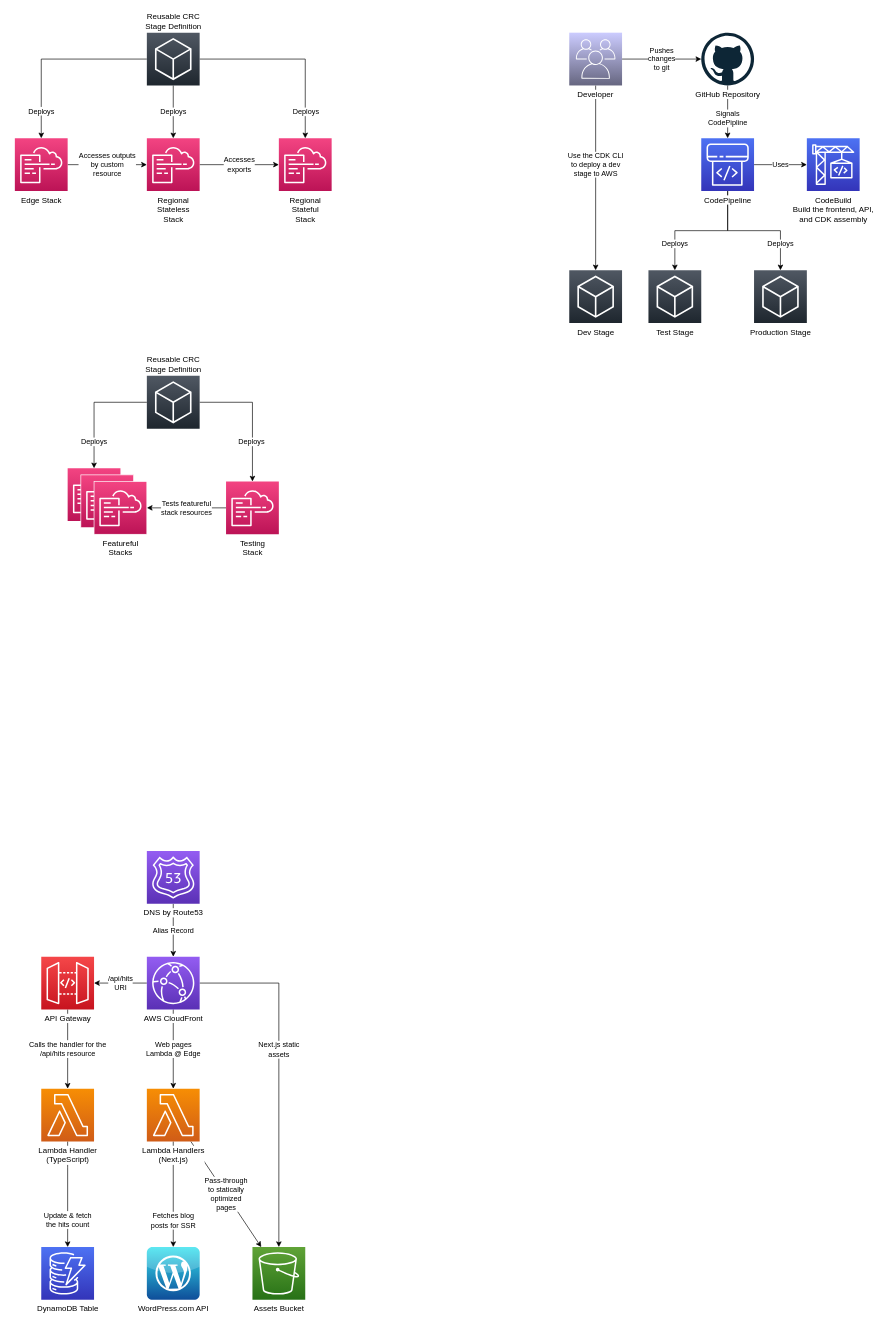
Above: docs/architecture.drawio in misterjoshua/cdk-crc (draw.io), before the change. Source tidied: cells renumbered, new cells numbered last; positions are measured from the earlier drawing's top-left corner, leaving out a move shared by most shapes. Both pictures are drawn from the tidied source at 66%, with x=0, y=0 at pixel (15, 32).
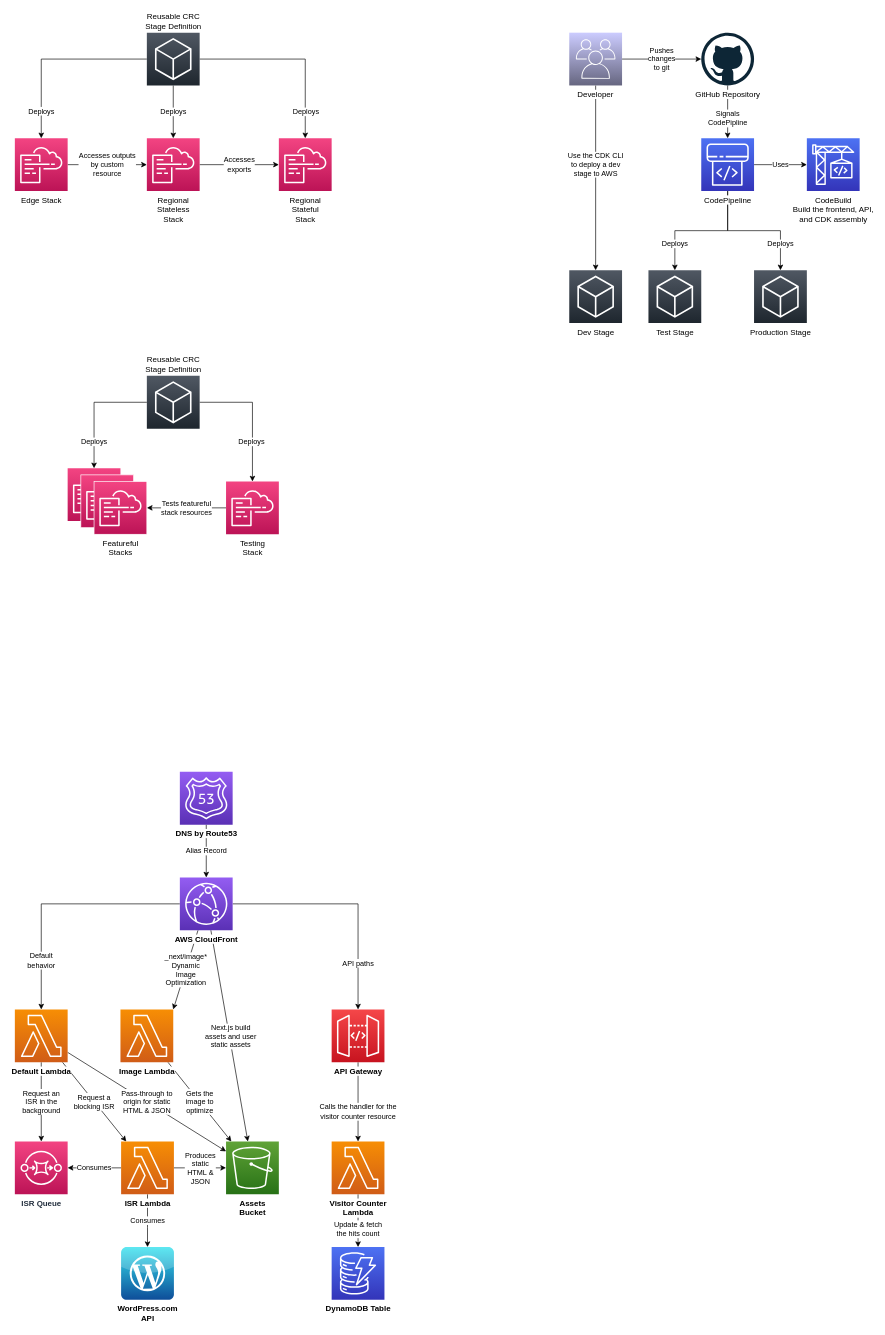
After the change.

The edit, as a diff of the source:
```diff
@@
+    <mxCell id="8" value="API paths" style="edgeStyle=orthogonalEdgeStyle;rounded=0;jettySize=auto;html=1;labelBackgroundColor=#FFFFFF;fontColor=#000000;strokeColor=#000000;" parent="1" edge="1" source="9" target="12">
+      <mxGeometry x="0.6" relative="1" as="geometry" />
+    </mxCell>
+    <mxCell id="54" value="Default&lt;br&gt;behavior" style="rounded=0;jettySize=auto;html=1;edgeStyle=orthogonalEdgeStyle;" parent="1" edge="1" source="9" target="59">
+      <mxGeometry x="0.6" relative="1" as="geometry" />
+    </mxCell>
+    <mxCell id="55" value="_next/image*&lt;br&gt;Dynamic&lt;br&gt;Image&lt;br&gt;Optimization" style="rounded=0;jettySize=auto;html=1;entryX=0.5;entryY=0;entryDx=0;entryDy=0;entryPerimeter=0;" parent="1" edge="1" source="9">
+      <mxGeometry relative="1" as="geometry">
+        <mxPoint x="240" y="1480" as="targetPoint" />
+      </mxGeometry>
+    </mxCell>
-    <mxCell id="6" value="Next.js static&lt;br&gt;assets" style="edgeStyle=orthogonalEdgeStyle;rounded=0;jettySize=auto;html=1;exitX=1;exitY=0.5;exitDx=0;exitDy=0;exitPerimeter=0;entryX=0.5;entryY=0;entryDx=0;entryDy=0;entryPerimeter=0;labelBackgroundColor=#FFFFFF;fontColor=#000000;strokeColor=#000000;" parent="1" edge="1" source="9" target="10">
-      <mxGeometry x="-0.15" relative="1" as="geometry" />
+    <mxCell id="6" value="Next.js build&lt;br&gt;assets and user&lt;br&gt;static assets" style="rounded=0;jettySize=auto;html=1;" parent="1" edge="1" source="9" target="10">
+      <mxGeometry x="0.01" y="2" relative="1" as="geometry" />
     </mxCell>
-    <mxCell id="7" value="Web pages&lt;br&gt;Lambda @ Edge" style="edgeStyle=orthogonalEdgeStyle;rounded=0;jettySize=auto;html=1;exitX=0.5;exitY=1;exitDx=0;exitDy=0;exitPerimeter=0;entryX=0.5;entryY=0;entryDx=0;entryDy=0;entryPerimeter=0;labelBackgroundColor=#FFFFFF;fontColor=#000000;strokeColor=#000000;" parent="1" edge="1" source="9" target="18">
-      <mxGeometry relative="1" as="geometry" />
-    </mxCell>
-    <mxCell id="8" value="/api/hits&lt;br&gt;URI" style="edgeStyle=orthogonalEdgeStyle;rounded=0;jettySize=auto;html=1;labelBackgroundColor=#FFFFFF;fontColor=#000000;strokeColor=#000000;" parent="1" edge="1" source="9" target="12">
-      <mxGeometry relative="1" as="geometry" />
-    </mxCell>
-    <mxCell id="9" value="AWS CloudFront" style="points=[[0,0,0],[0.25,0,0],[0.5,0,0],[0.75,0,0],[1,0,0],[0,1,0],[0.25,1,0],[0.5,1,0],[0.75,1,0],[1,1,0],[0,0.25,0],[0,0.5,0],[0,0.75,0],[1,0.25,0],[1,0.5,0],[1,0.75,0]];outlineConnect=0;gradientColor=#945DF2;gradientDirection=north;fillColor=#5A30B5;strokeColor=#ffffff;dashed=0;verticalLabelPosition=bottom;verticalAlign=top;align=center;html=1;fontSize=12;fontStyle=0;shape=mxgraph.aws4.resourceIcon;resIcon=mxgraph.aws4.cloudfront;labelBackgroundColor=#FFFFFF;fontColor=#000000;" parent="1" vertex="1">
-      <mxGeometry x="200" y="1400" width="80" height="80" as="geometry" />
+    <mxCell id="9" value="AWS CloudFront" style="points=[[0,0,0],[0.25,0,0],[0.5,0,0],[0.75,0,0],[1,0,0],[0,1,0],[0.25,1,0],[0.5,1,0],[0.75,1,0],[1,1,0],[0,0.25,0],[0,0.5,0],[0,0.75,0],[1,0.25,0],[1,0.5,0],[1,0.75,0]];outlineConnect=0;gradientColor=#945DF2;gradientDirection=north;fillColor=#5A30B5;strokeColor=#ffffff;dashed=0;verticalLabelPosition=bottom;verticalAlign=top;align=center;html=1;fontSize=12;fontStyle=1;shape=mxgraph.aws4.resourceIcon;resIcon=mxgraph.aws4.cloudfront;labelBackgroundColor=#FFFFFF;fontColor=#000000;" parent="1" vertex="1">
+      <mxGeometry x="250" y="1280" width="80" height="80" as="geometry" />
     </mxCell>
-    <mxCell id="10" value="Assets Bucket" style="points=[[0,0,0],[0.25,0,0],[0.5,0,0],[0.75,0,0],[1,0,0],[0,1,0],[0.25,1,0],[0.5,1,0],[0.75,1,0],[1,1,0],[0,0.25,0],[0,0.5,0],[0,0.75,0],[1,0.25,0],[1,0.5,0],[1,0.75,0]];outlineConnect=0;gradientColor=#60A337;gradientDirection=north;fillColor=#277116;strokeColor=#ffffff;dashed=0;verticalLabelPosition=bottom;verticalAlign=top;align=center;html=1;fontSize=12;fontStyle=0;shape=mxgraph.aws4.resourceIcon;resIcon=mxgraph.aws4.s3;labelBackgroundColor=#FFFFFF;fontColor=#000000;" parent="1" vertex="1">
-      <mxGeometry x="360" y="1840" width="80" height="80" as="geometry" />
-    </mxCell>
-    <mxCell id="11" value="Calls the handler for the&lt;br&gt;/api/hits resource" style="edgeStyle=orthogonalEdgeStyle;rounded=0;jettySize=auto;html=1;entryX=0.5;entryY=0;entryDx=0;entryDy=0;entryPerimeter=0;labelBackgroundColor=#FFFFFF;fontColor=#000000;strokeColor=#000000;" parent="1" edge="1" source="12" target="15">
-      <mxGeometry relative="1" as="geometry" />
-    </mxCell>
-    <mxCell id="12" value="API Gateway" style="points=[[0,0,0],[0.25,0,0],[0.5,0,0],[0.75,0,0],[1,0,0],[0,1,0],[0.25,1,0],[0.5,1,0],[0.75,1,0],[1,1,0],[0,0.25,0],[0,0.5,0],[0,0.75,0],[1,0.25,0],[1,0.5,0],[1,0.75,0]];outlineConnect=0;gradientColor=#F54749;gradientDirection=north;fillColor=#C7131F;strokeColor=#ffffff;dashed=0;verticalLabelPosition=bottom;verticalAlign=top;align=center;html=1;fontSize=12;fontStyle=0;shape=mxgraph.aws4.resourceIcon;resIcon=mxgraph.aws4.api_gateway;labelBackgroundColor=#FFFFFF;fontColor=#000000;" parent="1" vertex="1">
-      <mxGeometry x="40" y="1400" width="80" height="80" as="geometry" />
-    </mxCell>
-    <mxCell id="13" value="DynamoDB Table" style="points=[[0,0,0],[0.25,0,0],[0.5,0,0],[0.75,0,0],[1,0,0],[0,1,0],[0.25,1,0],[0.5,1,0],[0.75,1,0],[1,1,0],[0,0.25,0],[0,0.5,0],[0,0.75,0],[1,0.25,0],[1,0.5,0],[1,0.75,0]];outlineConnect=0;gradientColor=#4D72F3;gradientDirection=north;fillColor=#3334B9;strokeColor=#ffffff;dashed=0;verticalLabelPosition=bottom;verticalAlign=top;align=center;html=1;fontSize=12;fontStyle=0;shape=mxgraph.aws4.resourceIcon;resIcon=mxgraph.aws4.dynamodb;labelBackgroundColor=#FFFFFF;fontColor=#000000;" parent="1" vertex="1">
-      <mxGeometry x="40" y="1840" width="80" height="80" as="geometry" />
-    </mxCell>
-    <mxCell id="14" value="Update &amp;amp; fetch&lt;br&gt;the hits count" style="edgeStyle=orthogonalEdgeStyle;rounded=0;jettySize=auto;html=1;exitX=0.5;exitY=1;exitDx=0;exitDy=0;exitPerimeter=0;entryX=0.5;entryY=0;entryDx=0;entryDy=0;entryPerimeter=0;labelBackgroundColor=#FFFFFF;fontColor=#000000;strokeColor=#000000;" parent="1" edge="1" source="15" target="13">
-      <mxGeometry x="0.49" relative="1" as="geometry">
-        <Array as="points">
-          <mxPoint x="80" y="1720" />
-          <mxPoint x="80" y="1720" />
-        </Array>
-      </mxGeometry>
-    </mxCell>
-    <mxCell id="15" value="Lambda Handler&lt;br&gt;(TypeScript)" style="points=[[0,0,0],[0.25,0,0],[0.5,0,0],[0.75,0,0],[1,0,0],[0,1,0],[0.25,1,0],[0.5,1,0],[0.75,1,0],[1,1,0],[0,0.25,0],[0,0.5,0],[0,0.75,0],[1,0.25,0],[1,0.5,0],[1,0.75,0]];outlineConnect=0;gradientColor=#F78E04;gradientDirection=north;fillColor=#D05C17;strokeColor=#ffffff;dashed=0;verticalLabelPosition=bottom;verticalAlign=top;align=center;html=1;fontSize=12;fontStyle=0;shape=mxgraph.aws4.resourceIcon;resIcon=mxgraph.aws4.lambda;labelBackgroundColor=#FFFFFF;fontColor=#000000;" parent="1" vertex="1">
-      <mxGeometry x="40" y="1600" width="80" height="80" as="geometry" />
-    </mxCell>
-    <mxCell id="16" value="Fetches blog&lt;br&gt;posts for SSR" style="rounded=0;jettySize=auto;html=1;labelBackgroundColor=#FFFFFF;fontColor=#000000;exitX=0.5;exitY=1;exitDx=0;exitDy=0;exitPerimeter=0;strokeColor=#000000;" parent="1" edge="1" source="18" target="21">
-      <mxGeometry x="0.5" relative="1" as="geometry" />
-    </mxCell>
-    <mxCell id="17" value="Pass-through&lt;br&gt;to statically&lt;br&gt;optimized&lt;br&gt;pages" style="rounded=0;jettySize=auto;html=1;labelBackgroundColor=#FFFFFF;fontColor=#000000;strokeColor=#000000;" parent="1" edge="1" source="18" target="10">
-      <mxGeometry relative="1" as="geometry" />
-    </mxCell>
-    <mxCell id="18" value="Lambda Handlers&lt;br&gt;(Next.js)" style="points=[[0,0,0],[0.25,0,0],[0.5,0,0],[0.75,0,0],[1,0,0],[0,1,0],[0.25,1,0],[0.5,1,0],[0.75,1,0],[1,1,0],[0,0.25,0],[0,0.5,0],[0,0.75,0],[1,0.25,0],[1,0.5,0],[1,0.75,0]];outlineConnect=0;gradientColor=#F78E04;gradientDirection=north;fillColor=#D05C17;strokeColor=#ffffff;dashed=0;verticalLabelPosition=bottom;verticalAlign=top;align=center;html=1;fontSize=12;fontStyle=0;shape=mxgraph.aws4.resourceIcon;resIcon=mxgraph.aws4.lambda;labelBackgroundColor=#FFFFFF;fontColor=#000000;" parent="1" vertex="1">
-      <mxGeometry x="200" y="1600" width="80" height="80" as="geometry" />
-    </mxCell>
@@
-    <mxCell id="20" value="DNS by Route53" style="points=[[0,0,0],[0.25,0,0],[0.5,0,0],[0.75,0,0],[1,0,0],[0,1,0],[0.25,1,0],[0.5,1,0],[0.75,1,0],[1,1,0],[0,0.25,0],[0,0.5,0],[0,0.75,0],[1,0.25,0],[1,0.5,0],[1,0.75,0]];outlineConnect=0;gradientColor=#945DF2;gradientDirection=north;fillColor=#5A30B5;strokeColor=#ffffff;dashed=0;verticalLabelPosition=bottom;verticalAlign=top;align=center;html=1;fontSize=12;fontStyle=0;shape=mxgraph.aws4.resourceIcon;resIcon=mxgraph.aws4.route_53;labelBackgroundColor=#FFFFFF;fontColor=#000000;" parent="1" vertex="1">
-      <mxGeometry x="200" y="1240" width="80" height="80" as="geometry" />
+    <mxCell id="20" value="DNS by Route53" style="points=[[0,0,0],[0.25,0,0],[0.5,0,0],[0.75,0,0],[1,0,0],[0,1,0],[0.25,1,0],[0.5,1,0],[0.75,1,0],[1,1,0],[0,0.25,0],[0,0.5,0],[0,0.75,0],[1,0.25,0],[1,0.5,0],[1,0.75,0]];outlineConnect=0;gradientColor=#945DF2;gradientDirection=north;fillColor=#5A30B5;strokeColor=#ffffff;dashed=0;verticalLabelPosition=bottom;verticalAlign=top;align=center;html=1;fontSize=12;fontStyle=1;shape=mxgraph.aws4.resourceIcon;resIcon=mxgraph.aws4.route_53;labelBackgroundColor=#FFFFFF;fontColor=#000000;" parent="1" vertex="1">
+      <mxGeometry x="250" y="1120" width="80" height="80" as="geometry" />
     </mxCell>
-    <mxCell id="21" value="WordPress.com API" style="dashed=0;outlineConnect=0;html=1;align=center;labelPosition=center;verticalLabelPosition=bottom;verticalAlign=top;shape=mxgraph.webicons.wordpress_2;fillColor=#35E2EE;gradientColor=#0E4D99;labelBackgroundColor=#FFFFFF;fontColor=#000000;" parent="1" vertex="1">
-      <mxGeometry x="200" y="1840" width="80" height="80" as="geometry" />
-    </mxCell>
@@
+    <mxCell id="56" value="Request an&lt;br&gt;ISR in the&lt;br&gt;background" style="rounded=0;jettySize=auto;html=1;" parent="1" edge="1" source="59" target="67">
+      <mxGeometry relative="1" as="geometry" />
+    </mxCell>
+    <mxCell id="57" value="Pass-through to&lt;br&gt;origin for static&lt;br&gt;HTML &amp;amp; JSON" style="rounded=0;jettySize=auto;html=1;" parent="1" edge="1" source="59" target="10">
+      <mxGeometry relative="1" as="geometry" />
+    </mxCell>
+    <mxCell id="58" value="Request a&lt;br&gt;blocking ISR" style="edgeStyle=none;rounded=0;jettySize=auto;html=1;startArrow=none;startFill=0;" parent="1" edge="1" source="59" target="66">
+      <mxGeometry relative="1" as="geometry" />
+    </mxCell>
+    <mxCell id="59" value="Default Lambda" style="points=[[0,0,0],[0.25,0,0],[0.5,0,0],[0.75,0,0],[1,0,0],[0,1,0],[0.25,1,0],[0.5,1,0],[0.75,1,0],[1,1,0],[0,0.25,0],[0,0.5,0],[0,0.75,0],[1,0.25,0],[1,0.5,0],[1,0.75,0]];outlineConnect=0;gradientColor=#F78E04;gradientDirection=north;fillColor=#D05C17;strokeColor=#ffffff;dashed=0;verticalLabelPosition=bottom;verticalAlign=top;align=center;html=1;fontSize=12;fontStyle=1;shape=mxgraph.aws4.resourceIcon;resIcon=mxgraph.aws4.lambda;labelBackgroundColor=#FFFFFF;fontColor=#000000;" parent="1" vertex="1">
+      <mxGeometry y="1480" width="80" height="80" as="geometry" />
+    </mxCell>
+    <mxCell id="60" value="Gets the&lt;br&gt;image to&lt;br&gt;optimize" style="edgeStyle=none;rounded=0;jettySize=auto;html=1;" parent="1" edge="1" source="61" target="10">
+      <mxGeometry relative="1" as="geometry" />
+    </mxCell>
+    <mxCell id="61" value="Image Lambda" style="points=[[0,0,0],[0.25,0,0],[0.5,0,0],[0.75,0,0],[1,0,0],[0,1,0],[0.25,1,0],[0.5,1,0],[0.75,1,0],[1,1,0],[0,0.25,0],[0,0.5,0],[0,0.75,0],[1,0.25,0],[1,0.5,0],[1,0.75,0]];outlineConnect=0;gradientColor=#F78E04;gradientDirection=north;fillColor=#D05C17;strokeColor=#ffffff;dashed=0;verticalLabelPosition=bottom;verticalAlign=top;align=center;html=1;fontSize=12;fontStyle=1;shape=mxgraph.aws4.resourceIcon;resIcon=mxgraph.aws4.lambda;labelBackgroundColor=#FFFFFF;fontColor=#000000;" parent="1" vertex="1">
+      <mxGeometry x="160" y="1480" width="80" height="80" as="geometry" />
+    </mxCell>
+    <mxCell id="62" style="edgeStyle=orthogonalEdgeStyle;rounded=0;jettySize=auto;html=1;" parent="1" edge="1" source="66" target="10">
+      <mxGeometry relative="1" as="geometry" />
+    </mxCell>
+    <mxCell id="63" value="Produces&lt;br&gt;static&lt;br&gt;HTML &amp;amp;&lt;br&gt;JSON" style="edgeLabel;html=1;align=center;verticalAlign=middle;" parent="62" vertex="1">
+      <mxGeometry x="-0.06" y="-1" relative="1" as="geometry">
+        <mxPoint x="2" y="-1" as="offset" />
+      </mxGeometry>
+    </mxCell>
+    <mxCell id="64" value="Consumes" style="edgeStyle=orthogonalEdgeStyle;rounded=0;jettySize=auto;html=1;" parent="1" edge="1" source="66" target="21">
+      <mxGeometry relative="1" as="geometry">
+        <Array as="points">
+          <mxPoint x="201" y="1810" />
+          <mxPoint x="201" y="1810" />
+        </Array>
+      </mxGeometry>
+    </mxCell>
+    <mxCell id="65" value="Consumes" style="edgeStyle=orthogonalEdgeStyle;rounded=0;jettySize=auto;html=1;" parent="1" edge="1" source="66" target="67">
+      <mxGeometry x="0.01" relative="1" as="geometry" />
+    </mxCell>
+    <mxCell id="66" value="ISR Lambda" style="points=[[0,0,0],[0.25,0,0],[0.5,0,0],[0.75,0,0],[1,0,0],[0,1,0],[0.25,1,0],[0.5,1,0],[0.75,1,0],[1,1,0],[0,0.25,0],[0,0.5,0],[0,0.75,0],[1,0.25,0],[1,0.5,0],[1,0.75,0]];outlineConnect=0;gradientColor=#F78E04;gradientDirection=north;fillColor=#D05C17;strokeColor=#ffffff;dashed=0;verticalLabelPosition=bottom;verticalAlign=top;align=center;html=1;fontSize=12;fontStyle=1;shape=mxgraph.aws4.resourceIcon;resIcon=mxgraph.aws4.lambda;labelBackgroundColor=#FFFFFF;fontColor=#000000;" parent="1" vertex="1">
+      <mxGeometry x="161" y="1680" width="80" height="80" as="geometry" />
+    </mxCell>
+    <mxCell id="67" value="ISR Queue" style="points=[[0,0,0],[0.25,0,0],[0.5,0,0],[0.75,0,0],[1,0,0],[0,1,0],[0.25,1,0],[0.5,1,0],[0.75,1,0],[1,1,0],[0,0.25,0],[0,0.5,0],[0,0.75,0],[1,0.25,0],[1,0.5,0],[1,0.75,0]];outlineConnect=0;fontColor=#232F3E;gradientColor=#F34482;gradientDirection=north;fillColor=#BC1356;strokeColor=#ffffff;dashed=0;verticalLabelPosition=bottom;verticalAlign=top;align=center;html=1;fontSize=12;fontStyle=1;shape=mxgraph.aws4.resourceIcon;resIcon=mxgraph.aws4.sqs;labelBackgroundColor=#ffffff;" parent="1" vertex="1">
+      <mxGeometry y="1680" width="80" height="80" as="geometry" />
+    </mxCell>
+    <mxCell id="10" value="Assets&lt;br&gt;Bucket" style="points=[[0,0,0],[0.25,0,0],[0.5,0,0],[0.75,0,0],[1,0,0],[0,1,0],[0.25,1,0],[0.5,1,0],[0.75,1,0],[1,1,0],[0,0.25,0],[0,0.5,0],[0,0.75,0],[1,0.25,0],[1,0.5,0],[1,0.75,0]];outlineConnect=0;gradientColor=#60A337;gradientDirection=north;fillColor=#277116;strokeColor=#ffffff;dashed=0;verticalLabelPosition=bottom;verticalAlign=top;align=center;html=1;fontSize=12;fontStyle=1;shape=mxgraph.aws4.resourceIcon;resIcon=mxgraph.aws4.s3;labelBackgroundColor=#FFFFFF;fontColor=#000000;" parent="1" vertex="1">
+      <mxGeometry x="320" y="1680" width="80" height="80" as="geometry" />
+    </mxCell>
+    <mxCell id="21" value="WordPress.com&lt;br&gt;API" style="dashed=0;outlineConnect=0;html=1;align=center;labelPosition=center;verticalLabelPosition=bottom;verticalAlign=top;shape=mxgraph.webicons.wordpress_2;fillColor=#35E2EE;gradientColor=#0E4D99;labelBackgroundColor=#FFFFFF;fontColor=#000000;fontStyle=1;" parent="1" vertex="1">
+      <mxGeometry x="161" y="1840" width="80" height="80" as="geometry" />
+    </mxCell>
+    <mxCell id="68" value="Calls the handler for the&lt;br&gt;visitor counter resource" style="edgeStyle=orthogonalEdgeStyle;rounded=0;jettySize=auto;html=1;entryX=0.5;entryY=0;entryDx=0;entryDy=0;entryPerimeter=0;labelBackgroundColor=#FFFFFF;fontColor=#000000;strokeColor=#000000;" parent="1" edge="1" source="12" target="69">
+      <mxGeometry x="0.25" relative="1" as="geometry" />
+    </mxCell>
+    <mxCell id="12" value="API Gateway" style="points=[[0,0,0],[0.25,0,0],[0.5,0,0],[0.75,0,0],[1,0,0],[0,1,0],[0.25,1,0],[0.5,1,0],[0.75,1,0],[1,1,0],[0,0.25,0],[0,0.5,0],[0,0.75,0],[1,0.25,0],[1,0.5,0],[1,0.75,0]];outlineConnect=0;gradientColor=#F54749;gradientDirection=north;fillColor=#C7131F;strokeColor=#ffffff;dashed=0;verticalLabelPosition=bottom;verticalAlign=top;align=center;html=1;fontSize=12;fontStyle=1;shape=mxgraph.aws4.resourceIcon;resIcon=mxgraph.aws4.api_gateway;labelBackgroundColor=#FFFFFF;fontColor=#000000;" parent="1" vertex="1">
+      <mxGeometry x="480" y="1480" width="80" height="80" as="geometry" />
+    </mxCell>
+    <mxCell id="13" value="DynamoDB Table" style="points=[[0,0,0],[0.25,0,0],[0.5,0,0],[0.75,0,0],[1,0,0],[0,1,0],[0.25,1,0],[0.5,1,0],[0.75,1,0],[1,1,0],[0,0.25,0],[0,0.5,0],[0,0.75,0],[1,0.25,0],[1,0.5,0],[1,0.75,0]];outlineConnect=0;gradientColor=#4D72F3;gradientDirection=north;fillColor=#3334B9;strokeColor=#ffffff;dashed=0;verticalLabelPosition=bottom;verticalAlign=top;align=center;html=1;fontSize=12;fontStyle=1;shape=mxgraph.aws4.resourceIcon;resIcon=mxgraph.aws4.dynamodb;labelBackgroundColor=#FFFFFF;fontColor=#000000;" parent="1" vertex="1">
+      <mxGeometry x="480" y="1840" width="80" height="80" as="geometry" />
+    </mxCell>
+    <mxCell id="14" value="Update &amp;amp; fetch&lt;br&gt;the hits count" style="rounded=0;jettySize=auto;html=1;exitX=0.5;exitY=1;exitDx=0;exitDy=0;exitPerimeter=0;entryX=0.5;entryY=0;entryDx=0;entryDy=0;entryPerimeter=0;labelBackgroundColor=#FFFFFF;fontColor=#000000;strokeColor=#000000;" parent="1" edge="1" source="69" target="13">
+      <mxGeometry x="0.33" relative="1" as="geometry" />
+    </mxCell>
+    <mxCell id="69" value="Visitor Counter&lt;br&gt;Lambda" style="points=[[0,0,0],[0.25,0,0],[0.5,0,0],[0.75,0,0],[1,0,0],[0,1,0],[0.25,1,0],[0.5,1,0],[0.75,1,0],[1,1,0],[0,0.25,0],[0,0.5,0],[0,0.75,0],[1,0.25,0],[1,0.5,0],[1,0.75,0]];outlineConnect=0;gradientColor=#F78E04;gradientDirection=north;fillColor=#D05C17;strokeColor=#ffffff;dashed=0;verticalLabelPosition=bottom;verticalAlign=top;align=center;html=1;fontSize=12;fontStyle=1;shape=mxgraph.aws4.resourceIcon;resIcon=mxgraph.aws4.lambda;labelBackgroundColor=#FFFFFF;fontColor=#000000;" parent="1" vertex="1">
+      <mxGeometry x="480" y="1680" width="80" height="80" as="geometry" />
+    </mxCell>
```
